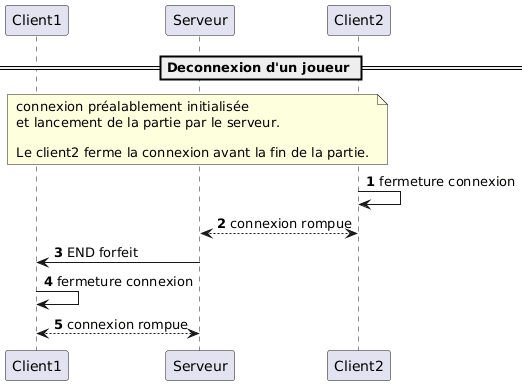
QuentinMichon/dai-work-2 keeps this PlantUML diagram as protocol/deconexion.png. Above is the earlier version. Its diagram source:
```plantuml
@startuml
Participant Client1 as c1
Participant Serveur as s
Participant Client2 as c2

autonumber

== Deconnexion d'un joueur ==

note over c1, c2
connexion préalablement initialisée
et lancement de la partie par le serveur.

Le client2 ferme la connexion avant la fin de la partie.
end note

c2 -> c2 : fermeture connexion
c2 <--> s : connexion rompue

c1 <- s : END forfeit
c1 -> c1 : fermeture connexion
c1 <--> s : connexion rompue
@enduml
```
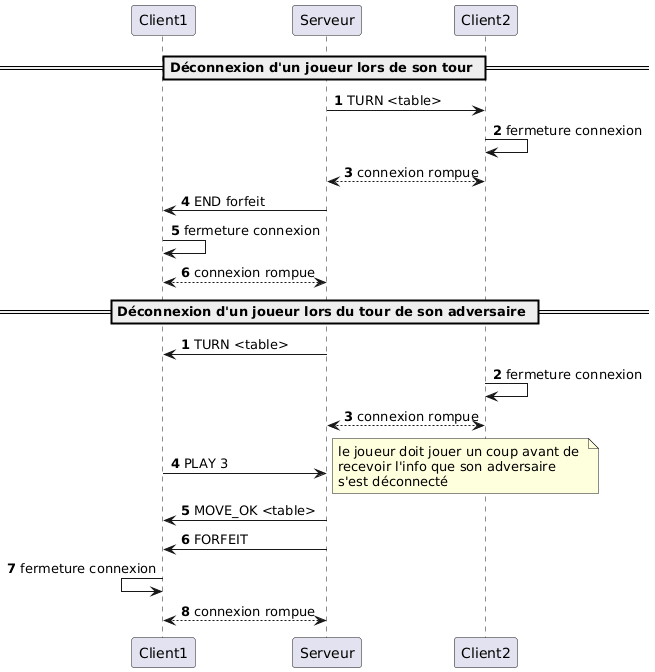
The same diagram one commit later.

The edit, as a diff of the source:
```diff
@@ -5,19 +5,36 @@
 
 autonumber
 
-== Deconnexion d'un joueur ==
+== Déconnexion d'un joueur lors de son tour ==
 
-note over c1, c2
-connexion préalablement initialisée
-et lancement de la partie par le serveur.
+c2 <- s : TURN <table>
 
-Le client2 ferme la connexion avant la fin de la partie.
-end note
+c2 -> c2 : fermeture connexion
+c2 <--> s : connexion rompue
+c1 <- s : END forfeit
+
+c1 -> c1 : fermeture connexion
+c1 <--> s : connexion rompue
+
+== Déconnexion d'un joueur lors du tour de son adversaire ==
+
+autonumber
+
+c1 <- s : TURN <table>
 
 c2 -> c2 : fermeture connexion
 c2 <--> s : connexion rompue
 
-c1 <- s : END forfeit
-c1 -> c1 : fermeture connexion
+c1 -> s : PLAY 3
+note right
+  le joueur doit jouer un coup avant de
+  recevoir l'info que son adversaire
+  s'est déconnecté
+end note
+
+c1 <- s : MOVE_OK <table>
+c1 <- s : FORFEIT
+
+c1 <- c1 : fermeture connexion
 c1 <--> s : connexion rompue
 @enduml
```
